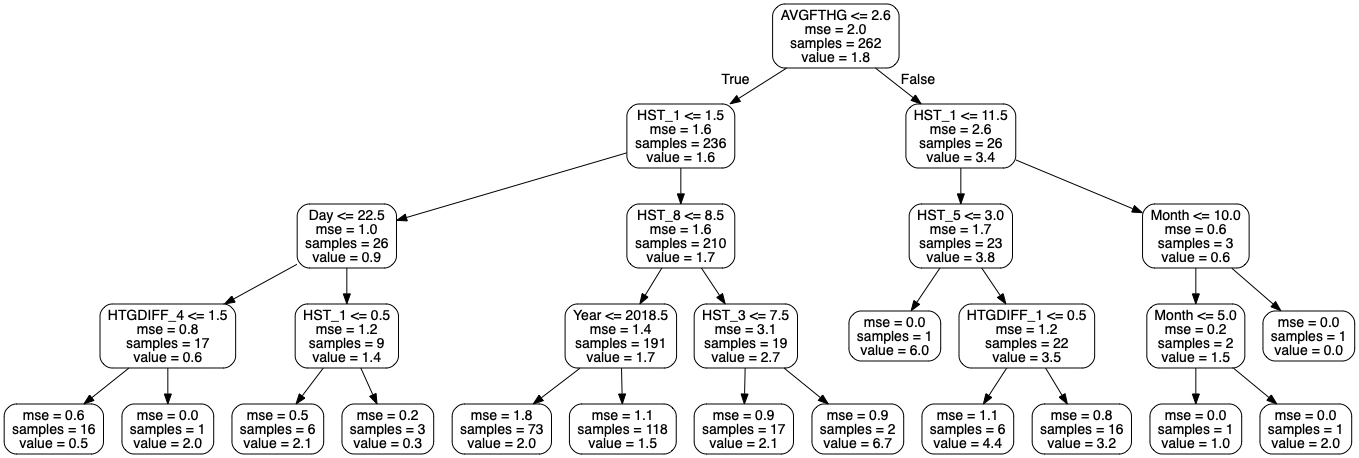
Before: small_tree_home.png, a diagram exported from Graphviz (nichohelmut/bookie). Its source is kept beside it as small_tree_home.dot.
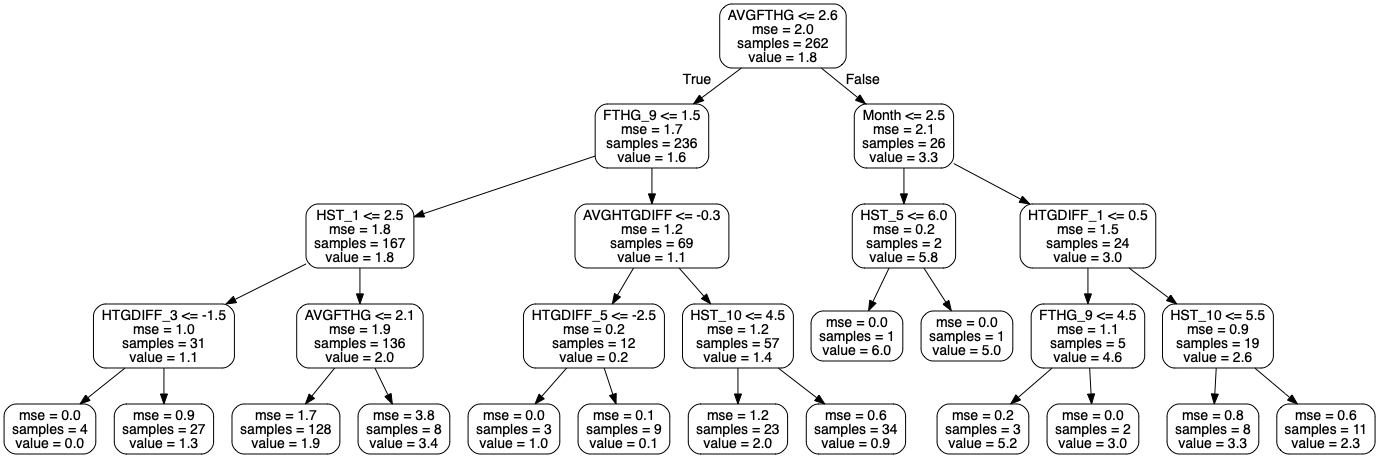
The same file after the commit.

The edit, as a diff of the source:
```diff
@@ -2,56 +2,56 @@
 node [shape=box, style="rounded", color="black", fontname=helvetica] ;
 edge [fontname=helvetica] ;
 0 [label="AVGFTHG <= 2.6\nmse = 2.0\nsamples = 262\nvalue = 1.8"] ;
-1 [label="HST_1 <= 1.5\nmse = 1.6\nsamples = 236\nvalue = 1.6"] ;
+1 [label="FTHG_9 <= 1.5\nmse = 1.7\nsamples = 236\nvalue = 1.6"] ;
 0 -> 1 [labeldistance=2.5, labelangle=45, headlabel="True"] ;
-2 [label="Day <= 22.5\nmse = 1.0\nsamples = 26\nvalue = 0.9"] ;
+2 [label="HST_1 <= 2.5\nmse = 1.8\nsamples = 167\nvalue = 1.8"] ;
 1 -> 2 ;
-3 [label="HTGDIFF_4 <= 1.5\nmse = 0.8\nsamples = 17\nvalue = 0.6"] ;
+3 [label="HTGDIFF_3 <= -1.5\nmse = 1.0\nsamples = 31\nvalue = 1.1"] ;
 2 -> 3 ;
-4 [label="mse = 0.6\nsamples = 16\nvalue = 0.5"] ;
+4 [label="mse = 0.0\nsamples = 4\nvalue = 0.0"] ;
 3 -> 4 ;
-5 [label="mse = 0.0\nsamples = 1\nvalue = 2.0"] ;
+5 [label="mse = 0.9\nsamples = 27\nvalue = 1.3"] ;
 3 -> 5 ;
-6 [label="HST_1 <= 0.5\nmse = 1.2\nsamples = 9\nvalue = 1.4"] ;
+6 [label="AVGFTHG <= 2.1\nmse = 1.9\nsamples = 136\nvalue = 2.0"] ;
 2 -> 6 ;
-7 [label="mse = 0.5\nsamples = 6\nvalue = 2.1"] ;
+7 [label="mse = 1.7\nsamples = 128\nvalue = 1.9"] ;
 6 -> 7 ;
-8 [label="mse = 0.2\nsamples = 3\nvalue = 0.3"] ;
+8 [label="mse = 3.8\nsamples = 8\nvalue = 3.4"] ;
 6 -> 8 ;
-9 [label="HST_8 <= 8.5\nmse = 1.6\nsamples = 210\nvalue = 1.7"] ;
+9 [label="AVGHTGDIFF <= -0.3\nmse = 1.2\nsamples = 69\nvalue = 1.1"] ;
 1 -> 9 ;
-10 [label="Year <= 2018.5\nmse = 1.4\nsamples = 191\nvalue = 1.7"] ;
+10 [label="HTGDIFF_5 <= -2.5\nmse = 0.2\nsamples = 12\nvalue = 0.2"] ;
 9 -> 10 ;
-11 [label="mse = 1.8\nsamples = 73\nvalue = 2.0"] ;
+11 [label="mse = 0.0\nsamples = 3\nvalue = 1.0"] ;
 10 -> 11 ;
-12 [label="mse = 1.1\nsamples = 118\nvalue = 1.5"] ;
+12 [label="mse = 0.1\nsamples = 9\nvalue = 0.1"] ;
 10 -> 12 ;
-13 [label="HST_3 <= 7.5\nmse = 3.1\nsamples = 19\nvalue = 2.7"] ;
+13 [label="HST_10 <= 4.5\nmse = 1.2\nsamples = 57\nvalue = 1.4"] ;
 9 -> 13 ;
-14 [label="mse = 0.9\nsamples = 17\nvalue = 2.1"] ;
+14 [label="mse = 1.2\nsamples = 23\nvalue = 2.0"] ;
 13 -> 14 ;
-15 [label="mse = 0.9\nsamples = 2\nvalue = 6.7"] ;
+15 [label="mse = 0.6\nsamples = 34\nvalue = 0.9"] ;
 13 -> 15 ;
-16 [label="HST_1 <= 11.5\nmse = 2.6\nsamples = 26\nvalue = 3.4"] ;
+16 [label="Month <= 2.5\nmse = 2.1\nsamples = 26\nvalue = 3.3"] ;
 0 -> 16 [labeldistance=2.5, labelangle=-45, headlabel="False"] ;
-17 [label="HST_5 <= 3.0\nmse = 1.7\nsamples = 23\nvalue = 3.8"] ;
+17 [label="HST_5 <= 6.0\nmse = 0.2\nsamples = 2\nvalue = 5.8"] ;
 16 -> 17 ;
 18 [label="mse = 0.0\nsamples = 1\nvalue = 6.0"] ;
 17 -> 18 ;
-19 [label="HTGDIFF_1 <= 0.5\nmse = 1.2\nsamples = 22\nvalue = 3.5"] ;
+19 [label="mse = 0.0\nsamples = 1\nvalue = 5.0"] ;
 17 -> 19 ;
-20 [label="mse = 1.1\nsamples = 6\nvalue = 4.4"] ;
-19 -> 20 ;
-21 [label="mse = 0.8\nsamples = 16\nvalue = 3.2"] ;
-19 -> 21 ;
-22 [label="Month <= 10.0\nmse = 0.6\nsamples = 3\nvalue = 0.6"] ;
-16 -> 22 ;
-23 [label="Month <= 5.0\nmse = 0.2\nsamples = 2\nvalue = 1.5"] ;
-22 -> 23 ;
-24 [label="mse = 0.0\nsamples = 1\nvalue = 1.0"] ;
-23 -> 24 ;
-25 [label="mse = 0.0\nsamples = 1\nvalue = 2.0"] ;
-23 -> 25 ;
-26 [label="mse = 0.0\nsamples = 1\nvalue = 0.0"] ;
-22 -> 26 ;
+20 [label="HTGDIFF_1 <= 0.5\nmse = 1.5\nsamples = 24\nvalue = 3.0"] ;
+16 -> 20 ;
+21 [label="FTHG_9 <= 4.5\nmse = 1.1\nsamples = 5\nvalue = 4.6"] ;
+20 -> 21 ;
+22 [label="mse = 0.2\nsamples = 3\nvalue = 5.2"] ;
+21 -> 22 ;
+23 [label="mse = 0.0\nsamples = 2\nvalue = 3.0"] ;
+21 -> 23 ;
+24 [label="HST_10 <= 5.5\nmse = 0.9\nsamples = 19\nvalue = 2.6"] ;
+20 -> 24 ;
+25 [label="mse = 0.8\nsamples = 8\nvalue = 3.3"] ;
+24 -> 25 ;
+26 [label="mse = 0.6\nsamples = 11\nvalue = 2.3"] ;
+24 -> 26 ;
 }
```
